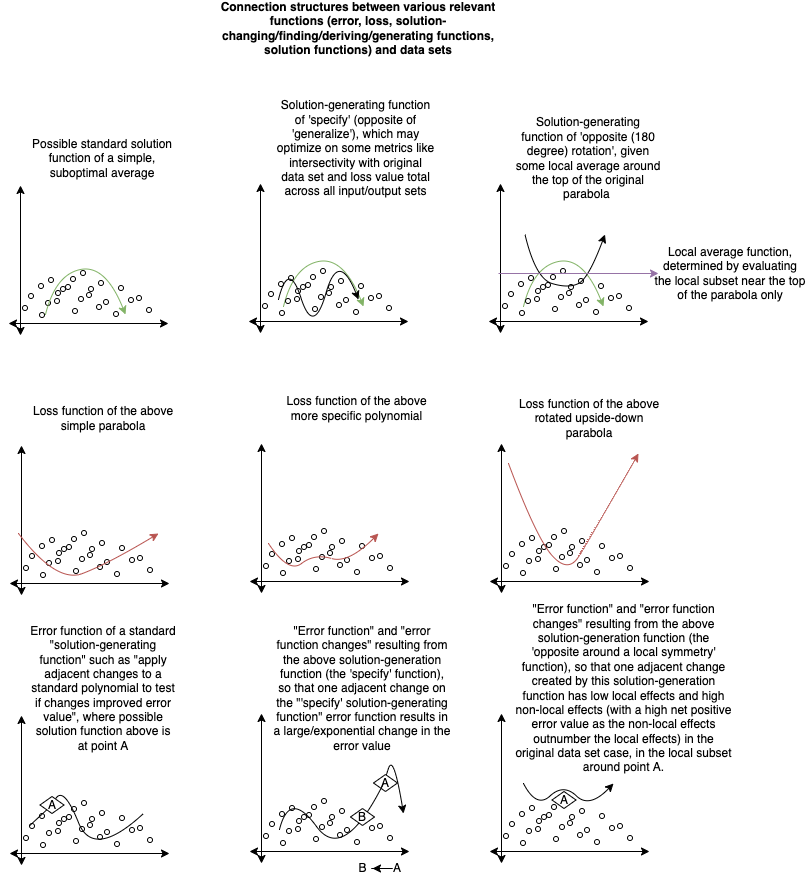
outdreamer/build-a-cure keeps this draw.io diagram as docs/objects/function_interface_connections.png. Above is the earlier version. Source tidied: cells renumbered, new cells last; positions are measured from the earlier drawing's top-left corner, leaving out a move shared by most shapes.
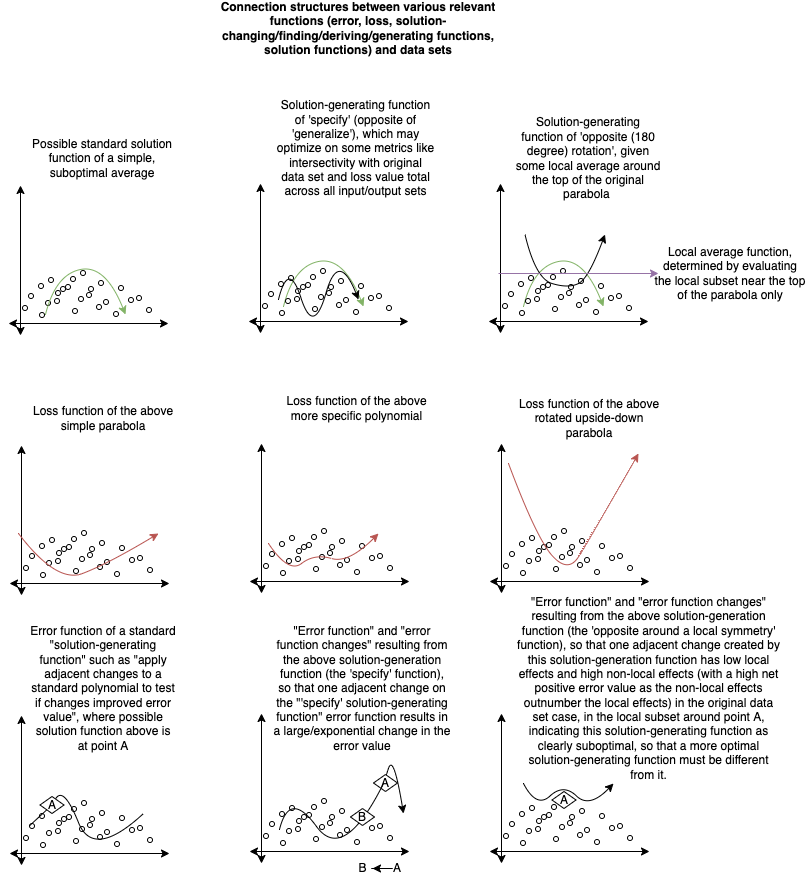
The same file after the commit.

The edit, as a diff of the source:
```diff
@@ -892,8 +892,8 @@
         </Array>
       </mxGeometry>
     </mxCell>
-    <mxCell id="255" value="&quot;Error function&quot; and &quot;error function changes&quot; resulting from the above solution-generation function (the 'opposite around a local symmetry' function), so that one adjacent change created by this solution-generation function has low local effects and high non-local effects (with a high net positive error value as the non-local effects outnumber the local effects) in the original data set case, in the local subset around point A." style="text;html=1;strokeColor=none;fillColor=none;align=center;verticalAlign=middle;whiteSpace=wrap;rounded=0;" parent="1" vertex="1">
-      <mxGeometry x="506" y="660" width="219" height="30" as="geometry" />
+    <mxCell id="255" value="&quot;Error function&quot; and &quot;error function changes&quot; resulting from the above solution-generation function (the 'opposite around a local symmetry' function), so that one adjacent change created by this solution-generation function has low local effects and high non-local effects (with a high net positive error value as the non-local effects outnumber the local effects) in the original data set case, in the local subset around point A, indicating this solution-generating function as clearly suboptimal, so that a more optimal solution-generating function must be different from it." style="text;html=1;strokeColor=none;fillColor=none;align=center;verticalAlign=middle;whiteSpace=wrap;rounded=0;" parent="1" vertex="1">
+      <mxGeometry x="506" y="660" width="269" height="30" as="geometry" />
     </mxCell>
     <mxCell id="256" value="Error function of a standard &quot;solution-generating function&quot; such as &quot;apply adjacent changes to a standard polynomial to test if changes improved error value&quot;, where possible solution function above is at point A" style="text;html=1;strokeColor=none;fillColor=none;align=center;verticalAlign=middle;whiteSpace=wrap;rounded=0;" parent="1" vertex="1">
       <mxGeometry x="20" y="660" width="150" height="30" as="geometry" />
```
